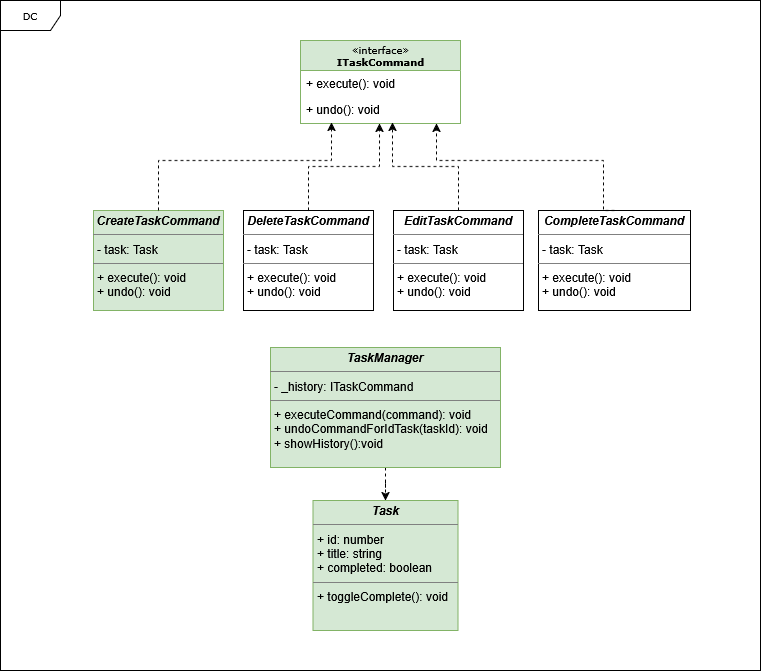
Above: Patrones_Diseno/src/04.Problema_04/Diagrama_clases/Class_diagram_problem_04.drawio.png in CamiloN03/Patrones_Diseno_TypeScript_U_Sabana (draw.io), before the change. Source tidied: cells renumbered, new cells last; positions are measured from the earlier drawing's top-left corner, leaving out a move shared by most shapes.
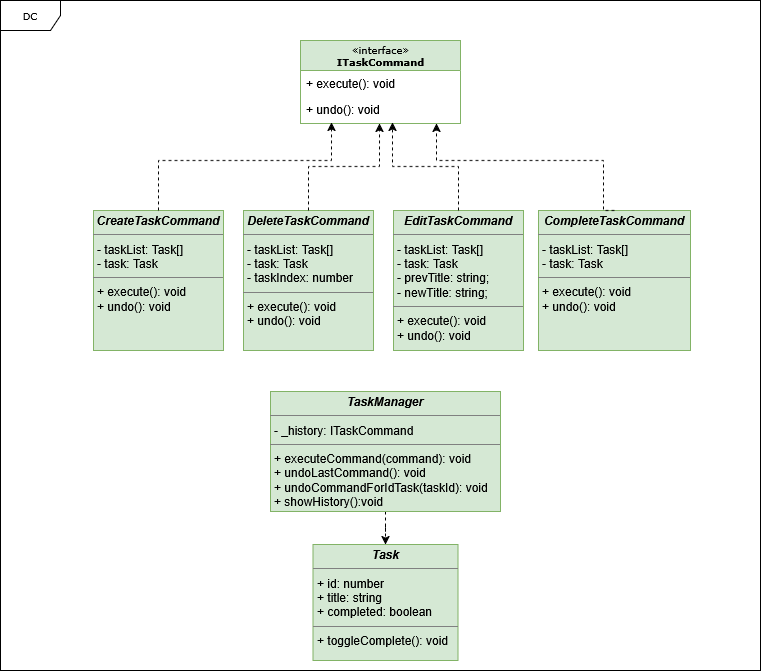
Later version of the same file.

Diff of the diagram source:
```diff
@@ -17,17 +17,17 @@
     <mxCell id="6" value="+ undo(): void" style="text;html=1;strokeColor=none;fillColor=none;align=left;verticalAlign=top;spacingLeft=4;spacingRight=4;whiteSpace=wrap;overflow=hidden;points=[[0,0.5],[1,0.5]];portConstraint=eastwest;" parent="4" vertex="1">
       <mxGeometry y="56" width="160" height="26" as="geometry" />
     </mxCell>
-    <mxCell id="7" value="&lt;p style=&quot;margin:0px;margin-top:4px;text-align:center;&quot;&gt;&lt;i&gt;&lt;b&gt;CreateTaskCommand&lt;/b&gt;&lt;/i&gt;&lt;/p&gt;&lt;hr size=&quot;1&quot;&gt;&lt;p style=&quot;margin:0px;margin-left:4px;&quot;&gt;- task: Task&lt;/p&gt;&lt;hr size=&quot;1&quot;&gt;&lt;p style=&quot;margin:0px;margin-left:4px;&quot;&gt;+ execute(): void &lt;br&gt;+ undo(): void&lt;/p&gt;" style="verticalAlign=top;align=left;overflow=fill;fontSize=12;fontFamily=Helvetica;html=1;rounded=0;shadow=0;comic=0;labelBackgroundColor=none;strokeWidth=1;fillColor=#d5e8d4;strokeColor=#82b366;" parent="2" vertex="1">
-      <mxGeometry x="93" y="210" width="130" height="100" as="geometry" />
+    <mxCell id="7" value="&lt;p style=&quot;margin:0px;margin-top:4px;text-align:center;&quot;&gt;&lt;i&gt;&lt;b&gt;CreateTaskCommand&lt;/b&gt;&lt;/i&gt;&lt;/p&gt;&lt;hr size=&quot;1&quot;&gt;&lt;p style=&quot;margin:0px;margin-left:4px;&quot;&gt;- taskList: Task[]&lt;/p&gt;&lt;p style=&quot;margin:0px;margin-left:4px;&quot;&gt;- task: Task&lt;/p&gt;&lt;hr size=&quot;1&quot;&gt;&lt;p style=&quot;margin:0px;margin-left:4px;&quot;&gt;+ execute(): void &lt;br&gt;+ undo(): void&lt;/p&gt;" style="verticalAlign=top;align=left;overflow=fill;fontSize=12;fontFamily=Helvetica;html=1;rounded=0;shadow=0;comic=0;labelBackgroundColor=none;strokeWidth=1;fillColor=#d5e8d4;strokeColor=#82b366;" parent="2" vertex="1">
+      <mxGeometry x="93" y="210" width="130" height="140" as="geometry" />
     </mxCell>
-    <mxCell id="8" value="&lt;p style=&quot;margin:0px;margin-top:4px;text-align:center;&quot;&gt;&lt;b&gt;&lt;i&gt;DeleteTaskCommand&lt;/i&gt;&lt;/b&gt;&lt;/p&gt;&lt;hr size=&quot;1&quot;&gt;&lt;p style=&quot;margin:0px;margin-left:4px;&quot;&gt;- task: Task&lt;/p&gt;&lt;hr size=&quot;1&quot;&gt;&lt;p style=&quot;margin:0px;margin-left:4px;&quot;&gt;+ execute(): void &lt;br&gt;+ undo(): void&lt;/p&gt;" style="verticalAlign=top;align=left;overflow=fill;fontSize=12;fontFamily=Helvetica;html=1;rounded=0;shadow=0;comic=0;labelBackgroundColor=none;strokeWidth=1;" parent="2" vertex="1">
-      <mxGeometry x="243" y="210" width="130" height="100" as="geometry" />
+    <mxCell id="8" value="&lt;p style=&quot;margin:0px;margin-top:4px;text-align:center;&quot;&gt;&lt;b&gt;&lt;i&gt;DeleteTaskCommand&lt;/i&gt;&lt;/b&gt;&lt;/p&gt;&lt;hr size=&quot;1&quot;&gt;&lt;p style=&quot;margin:0px;margin-left:4px;&quot;&gt;- taskList: Task[]&lt;/p&gt;&lt;p style=&quot;margin:0px;margin-left:4px;&quot;&gt;- task: Task&lt;/p&gt;&lt;p style=&quot;margin:0px;margin-left:4px;&quot;&gt;- taskIndex: number&lt;/p&gt;&lt;hr size=&quot;1&quot;&gt;&lt;p style=&quot;margin:0px;margin-left:4px;&quot;&gt;+ execute(): void &lt;br&gt;+ undo(): void&lt;/p&gt;" style="verticalAlign=top;align=left;overflow=fill;fontSize=12;fontFamily=Helvetica;html=1;rounded=0;shadow=0;comic=0;labelBackgroundColor=none;strokeWidth=1;fillColor=#d5e8d4;strokeColor=#82b366;" parent="2" vertex="1">
+      <mxGeometry x="243" y="210" width="130" height="140" as="geometry" />
     </mxCell>
-    <mxCell id="9" value="&lt;p style=&quot;margin:0px;margin-top:4px;text-align:center;&quot;&gt;&lt;b&gt;&lt;i&gt;EditTaskCommand&lt;/i&gt;&lt;/b&gt;&lt;/p&gt;&lt;hr size=&quot;1&quot;&gt;&lt;p style=&quot;margin:0px;margin-left:4px;&quot;&gt;- task: Task&lt;/p&gt;&lt;hr size=&quot;1&quot;&gt;&lt;p style=&quot;margin:0px;margin-left:4px;&quot;&gt;+ execute(): void &lt;br&gt;+ undo(): void&lt;/p&gt;" style="verticalAlign=top;align=left;overflow=fill;fontSize=12;fontFamily=Helvetica;html=1;rounded=0;shadow=0;comic=0;labelBackgroundColor=none;strokeWidth=1;" parent="2" vertex="1">
-      <mxGeometry x="393" y="210" width="130" height="100" as="geometry" />
+    <mxCell id="9" value="&lt;p style=&quot;margin:0px;margin-top:4px;text-align:center;&quot;&gt;&lt;b&gt;&lt;i&gt;EditTaskCommand&lt;/i&gt;&lt;/b&gt;&lt;/p&gt;&lt;hr size=&quot;1&quot;&gt;&lt;p style=&quot;margin:0px;margin-left:4px;&quot;&gt;- taskList: Task[]&lt;/p&gt;&lt;p style=&quot;margin:0px;margin-left:4px;&quot;&gt;- task: Task&lt;/p&gt;&lt;p style=&quot;margin:0px;margin-left:4px;&quot;&gt;- prevTitle: string;&lt;br&gt;- newTitle: string;&lt;/p&gt;&lt;hr size=&quot;1&quot;&gt;&lt;p style=&quot;margin:0px;margin-left:4px;&quot;&gt;+ execute(): void &lt;br&gt;+ undo(): void&lt;/p&gt;" style="verticalAlign=top;align=left;overflow=fill;fontSize=12;fontFamily=Helvetica;html=1;rounded=0;shadow=0;comic=0;labelBackgroundColor=none;strokeWidth=1;fillColor=#d5e8d4;strokeColor=#82b366;" parent="2" vertex="1">
+      <mxGeometry x="393" y="210" width="130" height="140" as="geometry" />
     </mxCell>
-    <mxCell id="10" value="&lt;p style=&quot;margin:0px;margin-top:4px;text-align:center;&quot;&gt;&lt;i&gt;&lt;b&gt;CompleteTaskCommand&lt;/b&gt;&lt;/i&gt;&lt;/p&gt;&lt;hr size=&quot;1&quot;&gt;&lt;p style=&quot;margin:0px;margin-left:4px;&quot;&gt;- task: Task&lt;/p&gt;&lt;hr size=&quot;1&quot;&gt;&lt;p style=&quot;margin:0px;margin-left:4px;&quot;&gt;+ execute(): void &lt;br&gt;+ undo(): void&lt;/p&gt;" style="verticalAlign=top;align=left;overflow=fill;fontSize=12;fontFamily=Helvetica;html=1;rounded=0;shadow=0;comic=0;labelBackgroundColor=none;strokeWidth=1;" parent="2" vertex="1">
-      <mxGeometry x="538" y="210" width="152" height="100" as="geometry" />
+    <mxCell id="10" value="&lt;p style=&quot;margin:0px;margin-top:4px;text-align:center;&quot;&gt;&lt;i&gt;&lt;b&gt;CompleteTaskCommand&lt;/b&gt;&lt;/i&gt;&lt;/p&gt;&lt;hr size=&quot;1&quot;&gt;&lt;p style=&quot;margin:0px;margin-left:4px;&quot;&gt;- taskList: Task[]&lt;/p&gt;&lt;p style=&quot;margin:0px;margin-left:4px;&quot;&gt;- task: Task&lt;/p&gt;&lt;hr size=&quot;1&quot;&gt;&lt;p style=&quot;margin:0px;margin-left:4px;&quot;&gt;+ execute(): void &lt;br&gt;+ undo(): void&lt;/p&gt;" style="verticalAlign=top;align=left;overflow=fill;fontSize=12;fontFamily=Helvetica;html=1;rounded=0;shadow=0;comic=0;labelBackgroundColor=none;strokeWidth=1;fillColor=#d5e8d4;strokeColor=#82b366;" parent="2" vertex="1">
+      <mxGeometry x="538" y="210" width="152" height="140" as="geometry" />
     </mxCell>
     <mxCell id="11" style="edgeStyle=orthogonalEdgeStyle;rounded=0;jettySize=auto;html=1;exitX=0.5;exitY=0;exitDx=0;exitDy=0;entryX=0.494;entryY=1.038;entryDx=0;entryDy=0;entryPerimeter=0;dashed=1;" parent="2" edge="1" source="8" target="6">
       <mxGeometry relative="1" as="geometry" />
@@ -54,11 +54,11 @@
     <mxCell id="15" style="edgeStyle=orthogonalEdgeStyle;rounded=0;jettySize=auto;html=1;entryX=0.5;entryY=0;entryDx=0;entryDy=0;dashed=1;" parent="2" edge="1" source="16" target="17">
       <mxGeometry relative="1" as="geometry" />
     </mxCell>
-    <mxCell id="16" value="&lt;p style=&quot;margin:0px;margin-top:4px;text-align:center;&quot;&gt;&lt;i&gt;&lt;b&gt;TaskManager&lt;/b&gt;&lt;/i&gt;&lt;/p&gt;&lt;hr size=&quot;1&quot;&gt;&lt;p style=&quot;margin:0px;margin-left:4px;&quot;&gt;- _history: ITaskCommand&lt;/p&gt;&lt;hr size=&quot;1&quot;&gt;&lt;p style=&quot;margin:0px;margin-left:4px;&quot;&gt;+ executeCommand(command): void &lt;br&gt;+ undoCommandForIdTask(taskId): void&lt;/p&gt;&lt;p style=&quot;margin:0px;margin-left:4px;&quot;&gt;+ showHistory():void &lt;br&gt;&lt;/p&gt;&lt;p style=&quot;margin:0px;margin-left:4px;&quot;&gt;&lt;br&gt;&lt;/p&gt;" style="verticalAlign=top;align=left;overflow=fill;fontSize=12;fontFamily=Helvetica;html=1;rounded=0;shadow=0;comic=0;labelBackgroundColor=none;strokeWidth=1;fillColor=#d5e8d4;strokeColor=#82b366;" parent="2" vertex="1">
-      <mxGeometry x="270" y="347" width="230" height="120" as="geometry" />
+    <mxCell id="16" value="&lt;p style=&quot;margin:0px;margin-top:4px;text-align:center;&quot;&gt;&lt;i&gt;&lt;b&gt;TaskManager&lt;/b&gt;&lt;/i&gt;&lt;/p&gt;&lt;hr size=&quot;1&quot;&gt;&lt;p style=&quot;margin:0px;margin-left:4px;&quot;&gt;- _history: ITaskCommand&lt;/p&gt;&lt;hr size=&quot;1&quot;&gt;&lt;p style=&quot;margin:0px;margin-left:4px;&quot;&gt;+ executeCommand(command): void &lt;br&gt;&lt;/p&gt;&lt;p style=&quot;margin:0px;margin-left:4px;&quot;&gt;+ undoLastCommand(): void&lt;/p&gt;&lt;p style=&quot;margin:0px;margin-left:4px;&quot;&gt;+ undoCommandForIdTask(taskId): void&lt;/p&gt;&lt;p style=&quot;margin:0px;margin-left:4px;&quot;&gt;+ showHistory():void &lt;br&gt;&lt;/p&gt;&lt;p style=&quot;margin:0px;margin-left:4px;&quot;&gt;&lt;br&gt;&lt;/p&gt;" style="verticalAlign=top;align=left;overflow=fill;fontSize=12;fontFamily=Helvetica;html=1;rounded=0;shadow=0;comic=0;labelBackgroundColor=none;strokeWidth=1;fillColor=#d5e8d4;strokeColor=#82b366;" parent="2" vertex="1">
+      <mxGeometry x="270" y="391" width="230" height="120" as="geometry" />
     </mxCell>
     <mxCell id="17" value="&lt;p style=&quot;margin:0px;margin-top:4px;text-align:center;&quot;&gt;&lt;i&gt;&lt;b&gt;Task&lt;/b&gt;&lt;/i&gt;&lt;/p&gt;&lt;hr size=&quot;1&quot;&gt;&lt;p style=&quot;margin:0px;margin-left:4px;&quot;&gt;+ id: number&lt;/p&gt;&lt;p style=&quot;margin:0px;margin-left:4px;&quot;&gt;+ title: string&lt;/p&gt;&lt;p style=&quot;margin:0px;margin-left:4px;&quot;&gt;+ completed: boolean&lt;/p&gt;&lt;hr size=&quot;1&quot;&gt;&lt;p style=&quot;margin:0px;margin-left:4px;&quot;&gt;+ toggleComplete(): void&lt;/p&gt;" style="verticalAlign=top;align=left;overflow=fill;fontSize=12;fontFamily=Helvetica;html=1;rounded=0;shadow=0;comic=0;labelBackgroundColor=none;strokeWidth=1;fillColor=#d5e8d4;strokeColor=#82b366;" parent="2" vertex="1">
-      <mxGeometry x="312.5" y="500" width="145" height="130" as="geometry" />
+      <mxGeometry x="312.5" y="544" width="145" height="116" as="geometry" />
     </mxCell>
   </root>
 </mxGraphModel>
```
